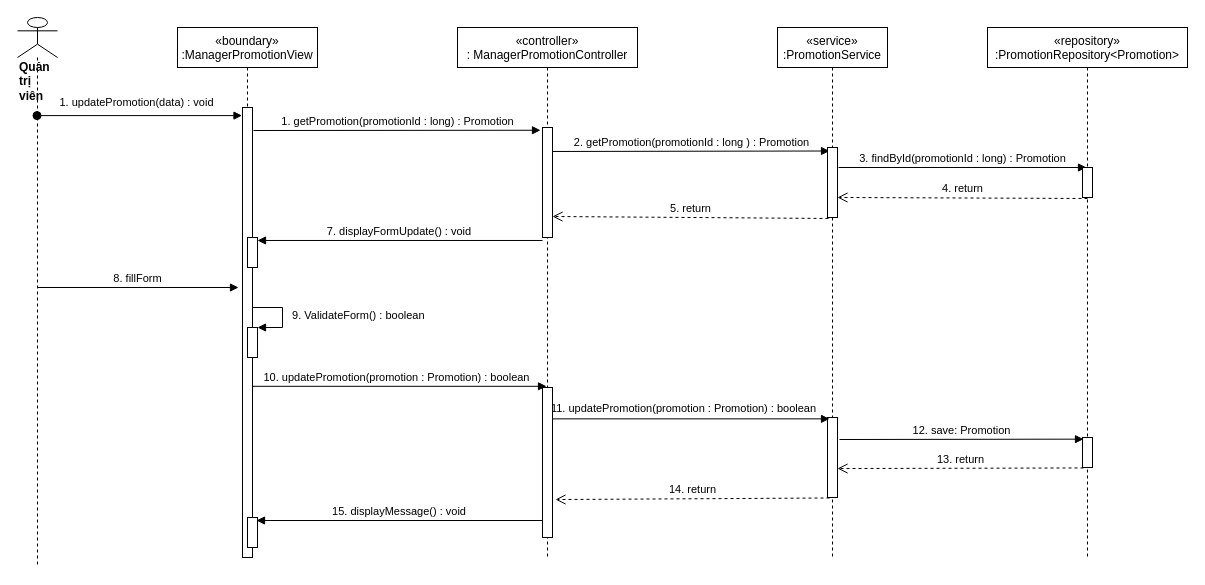
Before: sequence diagram/update-promotion-manager-sequence (1).drawio in nguyenphamvan/datn_20202, a draw.io diagram. Source tidied: cells renumbered, new cells numbered last; positions are measured from the earlier drawing's top-left corner, leaving out a move shared by most shapes. Both pictures are drawn from the tidied source at 100%, with x=0, y=0 at pixel (17, 17).
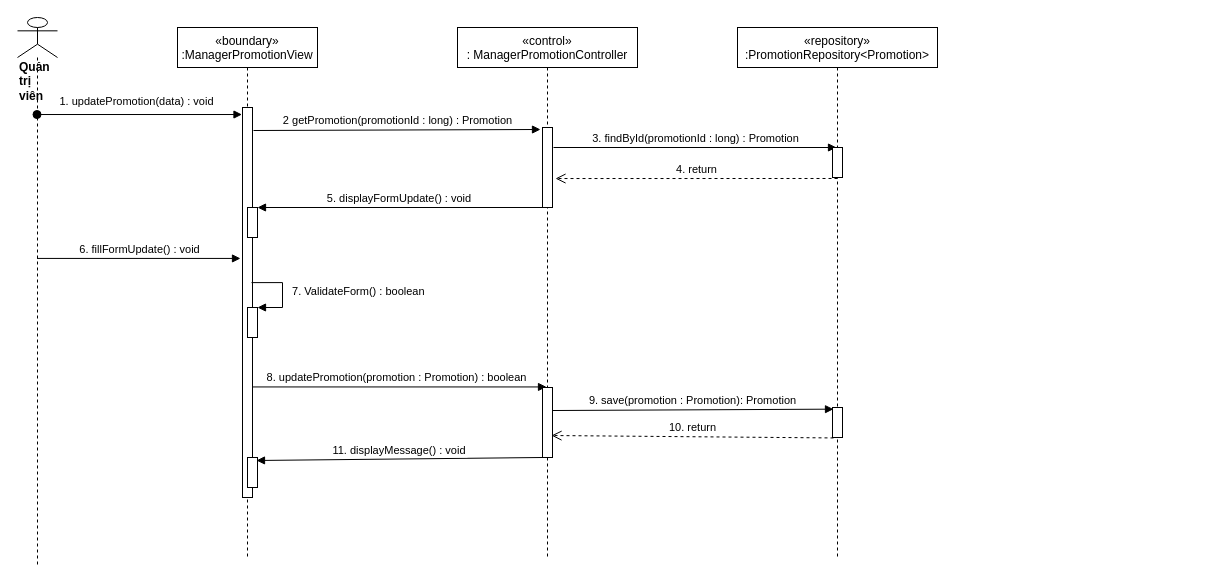
Above is the later version.

Unchanged cells that the change refers to:
```xml
<mxCell id="2" value="«boundary»&#10;:ManagerPromotionView" style="shape=umlLifeline;perimeter=lifelinePerimeter;rounded=0;shadow=0;strokeWidth=1;" parent="1" vertex="1">
  <mxGeometry x="160" y="10" width="140" height="530" as="geometry" />
</mxCell>
<mxCell id="6" value="&lt;div&gt;&lt;b&gt;Quản trị viên&lt;/b&gt;&lt;/div&gt;" style="shape=umlLifeline;participant=umlActor;perimeter=lifelinePerimeter;whiteSpace=wrap;html=1;verticalAlign=top;spacingTop=36;outlineConnect=0;align=left;size=40;" parent="1" vertex="1">
  <mxGeometry width="40" height="550" as="geometry" />
</mxCell>
```

Change to the diagram source:
```diff
@@
     <mxCell id="3" style="points=[];perimeter=orthogonalPerimeter;rounded=0;shadow=0;strokeWidth=1;" parent="2" vertex="1">
-      <mxGeometry x="65" y="80" width="10" height="450" as="geometry" />
+      <mxGeometry x="65" y="80" width="10" height="390" as="geometry" />
     </mxCell>
     <mxCell id="4" style="html=1;points=[];perimeter=orthogonalPerimeter;" parent="2" vertex="1">
-      <mxGeometry x="70" y="490" width="10" height="30" as="geometry" />
+      <mxGeometry x="70" y="430" width="10" height="30" as="geometry" />
     </mxCell>
-    <mxCell id="5" value="«controller»&#10;: ManagerPromotionController" style="shape=umlLifeline;perimeter=lifelinePerimeter;rounded=0;shadow=0;strokeWidth=1;" parent="1" vertex="1">
+    <mxCell id="5" value="«control»&#10;: ManagerPromotionController" style="shape=umlLifeline;perimeter=lifelinePerimeter;rounded=0;shadow=0;strokeWidth=1;" parent="1" vertex="1">
       <mxGeometry x="440" y="10" width="180" height="530" as="geometry" />
     </mxCell>
@@
-    <mxCell id="8" value="«service»&#10;:PromotionService" style="shape=umlLifeline;perimeter=lifelinePerimeter;rounded=0;shadow=0;strokeWidth=1;" parent="1" vertex="1">
-      <mxGeometry x="760" y="10" width="110" height="530" as="geometry" />
-    </mxCell>
-    <mxCell id="9" style="points=[];perimeter=orthogonalPerimeter;rounded=0;shadow=0;strokeWidth=1;" parent="8" vertex="1">
-      <mxGeometry x="50" y="390" width="10" height="80" as="geometry" />
-    </mxCell>
-    <mxCell id="10" value="10. updatePromotion(promotion : Promotion) : boolean" style="html=1;verticalAlign=bottom;endArrow=block;entryX=0.4;entryY=-0.008;entryDx=0;entryDy=0;entryPerimeter=0;" parent="1" edge="1" source="3" target="18">
+    <mxCell id="10" value="8. updatePromotion(promotion : Promotion) : boolean" style="html=1;verticalAlign=bottom;endArrow=block;entryX=0.4;entryY=-0.008;entryDx=0;entryDy=0;entryPerimeter=0;" parent="1" edge="1" source="3" target="18">
       <mxGeometry x="-0.02" relative="1" as="geometry" />
     </mxCell>
-    <mxCell id="11" style="html=1;verticalAlign=bottom;endArrow=block;entryX=0.2;entryY=0.017;entryDx=0;entryDy=0;entryPerimeter=0;" parent="1" edge="1" source="18" target="9">
-      <mxGeometry relative="1" as="geometry" />
-    </mxCell>
-    <mxCell id="12" value="11. updatePromotion(promotion : Promotion) : boolean" style="edgeLabel;html=1;align=center;verticalAlign=middle;" parent="11" vertex="1">
-      <mxGeometry x="-0.08" y="4" relative="1" as="geometry">
-        <mxPoint x="3" y="-7" as="offset" />
-      </mxGeometry>
-    </mxCell>
-    <mxCell id="13" value="14. return" style="html=1;verticalAlign=bottom;endArrow=open;dashed=1;endSize=8;exitX=0.2;exitY=1.006;exitDx=0;exitDy=0;exitPerimeter=0;entryX=1.3;entryY=0.747;entryDx=0;entryDy=0;entryPerimeter=0;" parent="1" edge="1" source="9" target="18">
-      <mxGeometry relative="1" as="geometry" />
-    </mxCell>
-    <mxCell id="14" value="15. displayMessage() : void" style="verticalAlign=bottom;endArrow=block;shadow=0;strokeWidth=1;entryX=0.9;entryY=0.1;entryDx=0;entryDy=0;entryPerimeter=0;" parent="1" edge="1" source="18" target="4">
+    <mxCell id="14" value="11. displayMessage() : void" style="verticalAlign=bottom;endArrow=block;shadow=0;strokeWidth=1;entryX=0.9;entryY=0.1;entryDx=0;entryDy=0;entryPerimeter=0;" parent="1" edge="1" source="18" target="4">
       <mxGeometry relative="1" as="geometry" />
     </mxCell>
     <mxCell id="15" value="«repository»&#10;:PromotionRepository&lt;Promotion&gt;" style="shape=umlLifeline;perimeter=lifelinePerimeter;rounded=0;shadow=0;strokeWidth=1;" parent="1" vertex="1">
-      <mxGeometry x="970" y="10" width="200" height="530" as="geometry" />
+      <mxGeometry x="720" y="10" width="200" height="530" as="geometry" />
     </mxCell>
-    <mxCell id="16" value="12. save: Promotion" style="html=1;verticalAlign=bottom;endArrow=block;entryX=0.1;entryY=0.055;entryDx=0;entryDy=0;entryPerimeter=0;exitX=1.2;exitY=0.275;exitDx=0;exitDy=0;exitPerimeter=0;" parent="1" edge="1" source="9" target="19">
+    <mxCell id="16" value="9. save(promotion : Promotion): Promotion" style="html=1;verticalAlign=bottom;endArrow=block;entryX=0.1;entryY=0.055;entryDx=0;entryDy=0;entryPerimeter=0;exitX=0.9;exitY=0.329;exitDx=0;exitDy=0;exitPerimeter=0;" parent="1" edge="1" source="18" target="19">
       <mxGeometry relative="1" as="geometry" />
     </mxCell>
-    <mxCell id="17" value="13. return" style="html=1;verticalAlign=bottom;endArrow=open;dashed=1;endSize=8;exitX=0.1;exitY=1.015;exitDx=0;exitDy=0;exitPerimeter=0;entryX=1;entryY=0.638;entryDx=0;entryDy=0;entryPerimeter=0;" parent="1" edge="1" source="19" target="9">
+    <mxCell id="17" value="10. return" style="html=1;verticalAlign=bottom;endArrow=open;dashed=1;endSize=8;exitX=0.1;exitY=1.015;exitDx=0;exitDy=0;exitPerimeter=0;entryX=0.9;entryY=0.686;entryDx=0;entryDy=0;entryPerimeter=0;" parent="1" edge="1" source="19" target="18">
       <mxGeometry relative="1" as="geometry" />
     </mxCell>
     <mxCell id="18" style="points=[];perimeter=orthogonalPerimeter;rounded=0;shadow=0;strokeWidth=1;" parent="1" vertex="1">
-      <mxGeometry x="525" y="370" width="10" height="150" as="geometry" />
+      <mxGeometry x="525" y="370" width="10" height="70" as="geometry" />
     </mxCell>
     <mxCell id="19" style="points=[];perimeter=orthogonalPerimeter;rounded=0;shadow=0;strokeWidth=1;" parent="1" vertex="1">
-      <mxGeometry x="1065" y="420" width="10" height="30" as="geometry" />
+      <mxGeometry x="815" y="390" width="10" height="30" as="geometry" />
     </mxCell>
-    <mxCell id="20" value="1. getPromotion(promotionId : long) : Promotion" style="html=1;verticalAlign=bottom;endArrow=block;entryX=-0.2;entryY=0.025;entryDx=0;entryDy=0;entryPerimeter=0;" parent="1" edge="1" target="21">
+    <mxCell id="20" value="2 getPromotion(promotionId : long) : Promotion" style="html=1;verticalAlign=bottom;endArrow=block;entryX=-0.2;entryY=0.025;entryDx=0;entryDy=0;entryPerimeter=0;" parent="1" edge="1" target="21">
       <mxGeometry relative="1" as="geometry">
         <mxPoint x="236" y="113" as="sourcePoint" />
       </mxGeometry>
     </mxCell>
     <mxCell id="21" style="html=1;points=[];perimeter=orthogonalPerimeter;" parent="1" vertex="1">
-      <mxGeometry x="525" y="110" width="10" height="110" as="geometry" />
+      <mxGeometry x="525" y="110" width="10" height="80" as="geometry" />
     </mxCell>
-    <mxCell id="22" value="2. getPromotion(promotionId : long ) : Promotion" style="html=1;verticalAlign=bottom;endArrow=block;entryX=0.2;entryY=0.05;entryDx=0;entryDy=0;entryPerimeter=0;exitX=1;exitY=0.218;exitDx=0;exitDy=0;exitPerimeter=0;" parent="1" edge="1" source="21" target="23">
-      <mxGeometry relative="1" as="geometry" />
-    </mxCell>
-    <mxCell id="23" style="html=1;points=[];perimeter=orthogonalPerimeter;" parent="1" vertex="1">
-      <mxGeometry x="810" y="130" width="10" height="70" as="geometry" />
-    </mxCell>
     <mxCell id="24" value="3. findById(promotionId : long) : Promotion" style="html=1;verticalAlign=bottom;endArrow=block;entryX=0.4;entryY=0;entryDx=0;entryDy=0;entryPerimeter=0;" parent="1" edge="1" target="25">
       <mxGeometry relative="1" as="geometry">
-        <mxPoint x="821" y="150" as="sourcePoint" />
+        <mxPoint x="536" y="130" as="sourcePoint" />
       </mxGeometry>
     </mxCell>
     <mxCell id="25" style="html=1;points=[];perimeter=orthogonalPerimeter;" parent="1" vertex="1">
-      <mxGeometry x="1065" y="150" width="10" height="30" as="geometry" />
+      <mxGeometry x="815" y="130" width="10" height="30" as="geometry" />
     </mxCell>
-    <mxCell id="26" value="4. return" style="html=1;verticalAlign=bottom;endArrow=open;dashed=1;endSize=8;exitX=0.5;exitY=1.033;exitDx=0;exitDy=0;exitPerimeter=0;entryX=1;entryY=0.714;entryDx=0;entryDy=0;entryPerimeter=0;" parent="1" edge="1" source="25" target="23">
+    <mxCell id="26" value="4. return" style="html=1;verticalAlign=bottom;endArrow=open;dashed=1;endSize=8;exitX=0.5;exitY=1.033;exitDx=0;exitDy=0;exitPerimeter=0;entryX=1.3;entryY=0.638;entryDx=0;entryDy=0;entryPerimeter=0;" parent="1" edge="1" source="25" target="21">
       <mxGeometry relative="1" as="geometry" />
     </mxCell>
-    <mxCell id="27" value="5. return" style="html=1;verticalAlign=bottom;endArrow=open;dashed=1;endSize=8;exitX=0.1;exitY=1.014;exitDx=0;exitDy=0;exitPerimeter=0;entryX=1;entryY=0.809;entryDx=0;entryDy=0;entryPerimeter=0;" parent="1" edge="1" source="23" target="21">
-      <mxGeometry relative="1" as="geometry" />
-    </mxCell>
-    <mxCell id="28" value="7. displayFormUpdate() : void" style="verticalAlign=bottom;endArrow=block;shadow=0;strokeWidth=1;exitX=0;exitY=1.027;exitDx=0;exitDy=0;exitPerimeter=0;" parent="1" edge="1" source="21" target="29">
+    <mxCell id="28" value="5. displayFormUpdate() : void" style="verticalAlign=bottom;endArrow=block;shadow=0;strokeWidth=1;" parent="1" edge="1" source="21" target="29">
       <mxGeometry relative="1" as="geometry" />
     </mxCell>
     <mxCell id="29" style="html=1;points=[];perimeter=orthogonalPerimeter;" parent="1" vertex="1">
-      <mxGeometry x="230" y="220" width="10" height="30" as="geometry" />
+      <mxGeometry x="230" y="190" width="10" height="30" as="geometry" />
     </mxCell>
-    <mxCell id="30" value="8. fillForm" style="html=1;verticalAlign=bottom;endArrow=block;" parent="1" edge="1" source="6">
-      <mxGeometry relative="1" as="geometry">
-        <mxPoint x="221" y="270" as="targetPoint" />
-      </mxGeometry>
+    <mxCell id="30" value="6. fillFormUpdate() : void" style="html=1;verticalAlign=bottom;endArrow=block;entryX=-0.2;entryY=0.387;entryDx=0;entryDy=0;entryPerimeter=0;" parent="1" edge="1" source="6" target="3">
+      <mxGeometry relative="1" as="geometry" />
     </mxCell>
     <mxCell id="31" style="html=1;points=[];perimeter=orthogonalPerimeter;" parent="1" vertex="1">
-      <mxGeometry x="230" y="310" width="10" height="30" as="geometry" />
+      <mxGeometry x="230" y="290" width="10" height="30" as="geometry" />
     </mxCell>
-    <mxCell id="32" value="&amp;nbsp; 9. ValidateForm() : boolean" style="edgeStyle=orthogonalEdgeStyle;html=1;align=left;spacingLeft=2;endArrow=block;rounded=0;entryX=1;entryY=0;" parent="1" edge="1" target="31">
+    <mxCell id="32" value="&amp;nbsp; 7. ValidateForm() : boolean" style="edgeStyle=orthogonalEdgeStyle;html=1;align=left;spacingLeft=2;endArrow=block;rounded=0;entryX=1;entryY=0;exitX=0.9;exitY=0.449;exitDx=0;exitDy=0;exitPerimeter=0;" parent="1" edge="1" source="3" target="31">
       <mxGeometry relative="1" as="geometry">
-        <mxPoint x="235" y="290" as="sourcePoint" />
         <Array as="points">
+          <mxPoint x="265" y="265" />
           <mxPoint x="265" y="290" />
         </Array>
       </mxGeometry>
     </mxCell>
```
